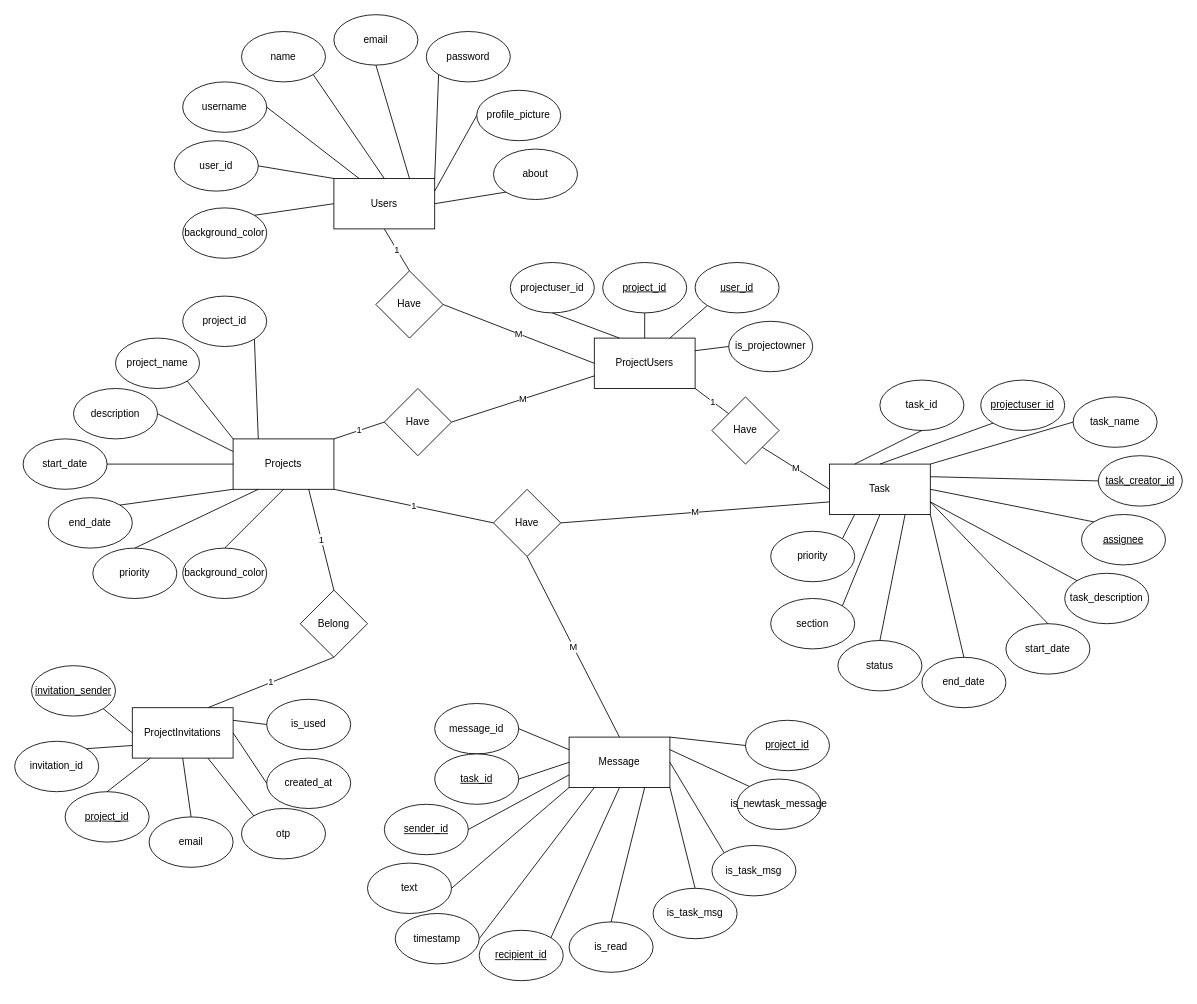
Before: resources/TEAMTRACK_chen_notation.drawio in pembattech/team-track, a draw.io diagram. Source tidied: cells renumbered, new cells numbered last; positions are measured from the earlier drawing's top-left corner, leaving out a move shared by most shapes. Both pictures are drawn from the tidied source at 84%, with x=0, y=0 at pixel (14, 14).
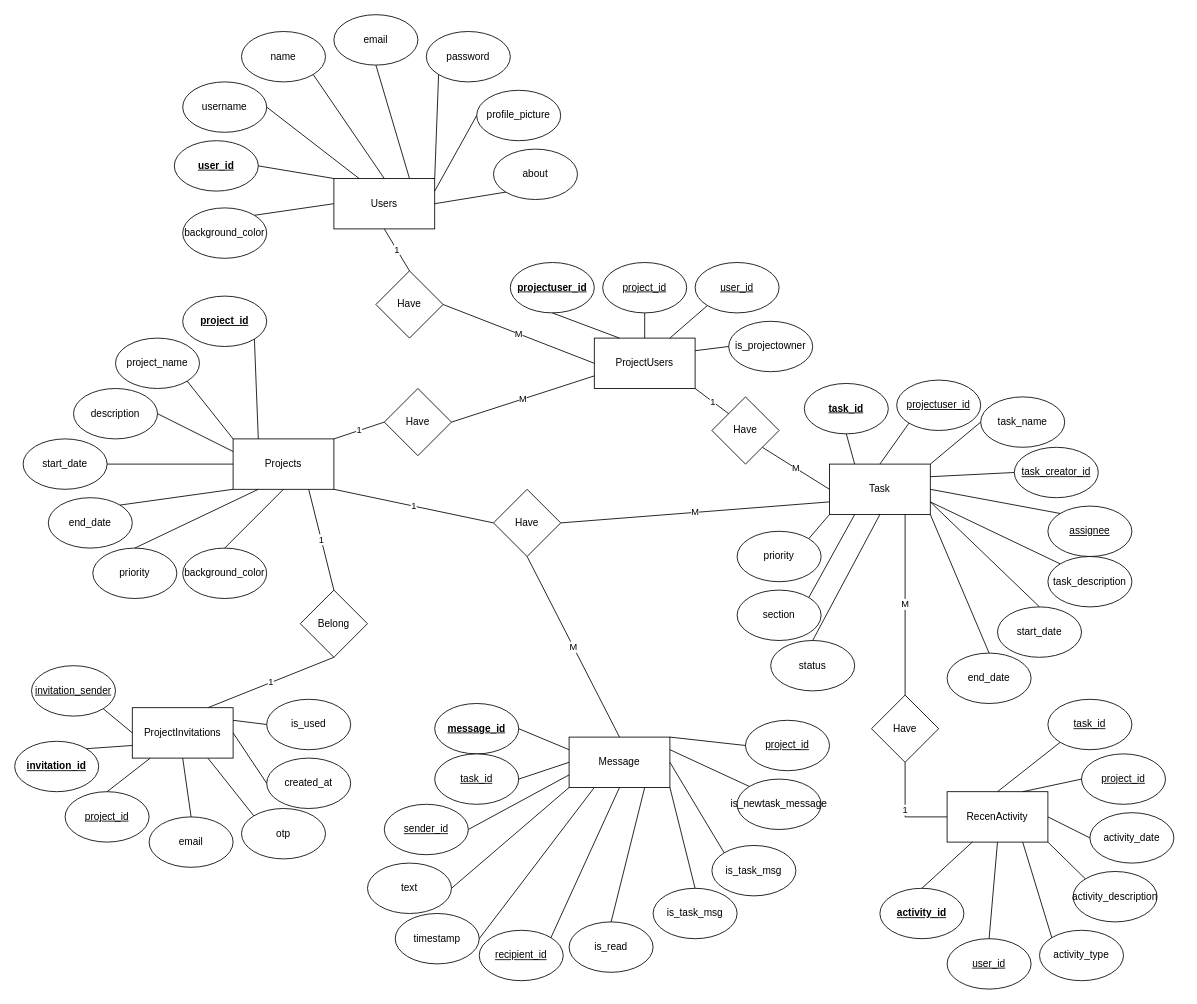
The same page after the edit.

The change refers to these unchanged cells:
```xml
<mxCell id="4" value="Task" style="rounded=0;whiteSpace=wrap;html=1;" parent="1" vertex="1">
  <mxGeometry x="970" y="535" width="120" height="60" as="geometry" />
</mxCell>
```

The edit, as a diff of the source:
```diff
@@
+    <mxCell id="120" value="1" style="edgeStyle=orthogonalEdgeStyle;rounded=0;jettySize=auto;html=1;startArrow=none;startFill=0;endArrow=none;endFill=0;entryX=0.5;entryY=1;entryDx=0;entryDy=0;" parent="1" edge="1" source="121" target="137">
+      <mxGeometry relative="1" as="geometry" />
+    </mxCell>
+    <mxCell id="121" value="RecenActivity" style="rounded=0;whiteSpace=wrap;html=1;" parent="1" vertex="1">
+      <mxGeometry x="1110" y="925" width="120" height="60" as="geometry" />
+    </mxCell>
-    <mxCell id="7" value="projectuser_id" style="ellipse;whiteSpace=wrap;html=1;" parent="1" vertex="1">
+    <mxCell id="7" value="projectuser_id" style="ellipse;whiteSpace=wrap;html=1;fontStyle=5;" parent="1" vertex="1">
       <mxGeometry x="590" y="295" width="100" height="60" as="geometry" />
     </mxCell>
@@
-    <mxCell id="11" value="task_id" style="ellipse;whiteSpace=wrap;html=1;" parent="1" vertex="1">
-      <mxGeometry x="1030" y="435" width="100" height="60" as="geometry" />
+    <mxCell id="11" value="task_id" style="ellipse;whiteSpace=wrap;html=1;fontStyle=5;" parent="1" vertex="1">
+      <mxGeometry x="940" y="439" width="100" height="60" as="geometry" />
     </mxCell>
     <mxCell id="12" value="projectuser_id" style="ellipse;whiteSpace=wrap;html=1;fontStyle=4;" parent="1" vertex="1">
-      <mxGeometry x="1150" y="435" width="100" height="60" as="geometry" />
+      <mxGeometry x="1050" y="435" width="100" height="60" as="geometry" />
     </mxCell>
     <mxCell id="13" value="task_creator_id" style="ellipse;whiteSpace=wrap;html=1;fontStyle=4;" parent="1" vertex="1">
-      <mxGeometry x="1290" y="525" width="100" height="60" as="geometry" />
+      <mxGeometry x="1190" y="515" width="100" height="60" as="geometry" />
     </mxCell>
     <mxCell id="14" value="task_name" style="ellipse;whiteSpace=wrap;html=1;" parent="1" vertex="1">
-      <mxGeometry x="1260" y="455" width="100" height="60" as="geometry" />
+      <mxGeometry x="1150" y="455" width="100" height="60" as="geometry" />
     </mxCell>
     <mxCell id="15" value="assignee" style="ellipse;whiteSpace=wrap;html=1;fontStyle=4;" parent="1" vertex="1">
-      <mxGeometry x="1270" y="595" width="100" height="60" as="geometry" />
+      <mxGeometry x="1230" y="585" width="100" height="60" as="geometry" />
     </mxCell>
     <mxCell id="16" value="task_description" style="ellipse;whiteSpace=wrap;html=1;" parent="1" vertex="1">
-      <mxGeometry x="1250" y="665" width="100" height="60" as="geometry" />
+      <mxGeometry x="1230" y="645" width="100" height="60" as="geometry" />
     </mxCell>
     <mxCell id="17" value="start_date" style="ellipse;whiteSpace=wrap;html=1;" parent="1" vertex="1">
-      <mxGeometry x="1180" y="725" width="100" height="60" as="geometry" />
+      <mxGeometry x="1170" y="705" width="100" height="60" as="geometry" />
     </mxCell>
     <mxCell id="18" value="end_date" style="ellipse;whiteSpace=wrap;html=1;" parent="1" vertex="1">
-      <mxGeometry x="1080" y="765" width="100" height="60" as="geometry" />
+      <mxGeometry x="1110" y="760" width="100" height="60" as="geometry" />
     </mxCell>
     <mxCell id="19" value="status" style="ellipse;whiteSpace=wrap;html=1;" parent="1" vertex="1">
-      <mxGeometry x="980" y="745" width="100" height="60" as="geometry" />
+      <mxGeometry x="900" y="745" width="100" height="60" as="geometry" />
     </mxCell>
     <mxCell id="20" value="section" style="ellipse;whiteSpace=wrap;html=1;" parent="1" vertex="1">
-      <mxGeometry x="900" y="695" width="100" height="60" as="geometry" />
+      <mxGeometry x="860" y="685" width="100" height="60" as="geometry" />
     </mxCell>
     <mxCell id="21" value="priority" style="ellipse;whiteSpace=wrap;html=1;" parent="1" vertex="1">
-      <mxGeometry x="900" y="615" width="100" height="60" as="geometry" />
+      <mxGeometry x="860" y="615" width="100" height="60" as="geometry" />
     </mxCell>
-    <mxCell id="22" value="project_id" style="ellipse;whiteSpace=wrap;html=1;" parent="1" vertex="1">
+    <mxCell id="22" value="project_id" style="ellipse;whiteSpace=wrap;html=1;fontStyle=5;" parent="1" vertex="1">
       <mxGeometry x="200" y="335" width="100" height="60" as="geometry" />
     </mxCell>
@@
-    <mxCell id="29" value="message_id" style="ellipse;whiteSpace=wrap;html=1;" parent="1" vertex="1">
+    <mxCell id="29" value="message_id" style="ellipse;whiteSpace=wrap;html=1;fontStyle=5;" parent="1" vertex="1">
       <mxGeometry x="500" y="820" width="100" height="60" as="geometry" />
     </mxCell>
@@
+    <mxCell id="122" value="activity_id" style="ellipse;whiteSpace=wrap;html=1;fontStyle=5;" parent="1" vertex="1">
+      <mxGeometry x="1030" y="1040" width="100" height="60" as="geometry" />
+    </mxCell>
+    <mxCell id="123" value="user_id" style="ellipse;whiteSpace=wrap;html=1;fontStyle=4;" parent="1" vertex="1">
+      <mxGeometry x="1110" y="1100" width="100" height="60" as="geometry" />
+    </mxCell>
+    <mxCell id="124" value="activity_type" style="ellipse;whiteSpace=wrap;html=1;" parent="1" vertex="1">
+      <mxGeometry x="1220" y="1090" width="100" height="60" as="geometry" />
+    </mxCell>
+    <mxCell id="125" value="activity_description" style="ellipse;whiteSpace=wrap;html=1;" parent="1" vertex="1">
+      <mxGeometry x="1260" y="1020" width="100" height="60" as="geometry" />
+    </mxCell>
+    <mxCell id="126" value="activity_date" style="ellipse;whiteSpace=wrap;html=1;" parent="1" vertex="1">
+      <mxGeometry x="1280" y="950" width="100" height="60" as="geometry" />
+    </mxCell>
+    <mxCell id="127" value="project_id" style="ellipse;whiteSpace=wrap;html=1;fontStyle=4;" parent="1" vertex="1">
+      <mxGeometry x="1270" y="880" width="100" height="60" as="geometry" />
+    </mxCell>
+    <mxCell id="128" value="task_id" style="ellipse;whiteSpace=wrap;html=1;fontStyle=4;" parent="1" vertex="1">
+      <mxGeometry x="1230" y="815" width="100" height="60" as="geometry" />
+    </mxCell>
@@
-    <mxCell id="40" value="user_id" style="ellipse;whiteSpace=wrap;html=1;" parent="1" vertex="1">
+    <mxCell id="40" value="user_id" style="ellipse;whiteSpace=wrap;html=1;fontStyle=5;" parent="1" vertex="1">
       <mxGeometry x="190" y="150" width="100" height="60" as="geometry" />
     </mxCell>
@@
+    <mxCell id="129" style="endArrow=none;html=1;rounded=0;exitX=0;exitY=1;exitDx=0;exitDy=0;entryX=0.5;entryY=0;entryDx=0;entryDy=0;" parent="1" edge="1" source="128" target="121">
+      <mxGeometry relative="1" as="geometry" />
+    </mxCell>
+    <mxCell id="130" style="endArrow=none;html=1;rounded=0;exitX=0;exitY=0.5;exitDx=0;exitDy=0;entryX=0.75;entryY=0;entryDx=0;entryDy=0;" parent="1" edge="1" source="127" target="121">
+      <mxGeometry relative="1" as="geometry" />
+    </mxCell>
+    <mxCell id="131" style="endArrow=none;html=1;rounded=0;exitX=0;exitY=0.5;exitDx=0;exitDy=0;entryX=1;entryY=0.5;entryDx=0;entryDy=0;" parent="1" edge="1" source="126" target="121">
+      <mxGeometry relative="1" as="geometry" />
+    </mxCell>
+    <mxCell id="132" style="endArrow=none;html=1;rounded=0;exitX=0;exitY=0;exitDx=0;exitDy=0;entryX=1;entryY=1;entryDx=0;entryDy=0;" parent="1" edge="1" source="125" target="121">
+      <mxGeometry relative="1" as="geometry" />
+    </mxCell>
+    <mxCell id="133" style="endArrow=none;html=1;rounded=0;exitX=0;exitY=0;exitDx=0;exitDy=0;entryX=0.75;entryY=1;entryDx=0;entryDy=0;" parent="1" edge="1" source="124" target="121">
+      <mxGeometry relative="1" as="geometry" />
+    </mxCell>
+    <mxCell id="134" style="endArrow=none;html=1;rounded=0;exitX=0.5;exitY=0;exitDx=0;exitDy=0;entryX=0.5;entryY=1;entryDx=0;entryDy=0;" parent="1" edge="1" source="123" target="121">
+      <mxGeometry relative="1" as="geometry" />
+    </mxCell>
+    <mxCell id="135" style="endArrow=none;html=1;rounded=0;exitX=0.5;exitY=0;exitDx=0;exitDy=0;entryX=0.25;entryY=1;entryDx=0;entryDy=0;" parent="1" edge="1" source="122" target="121">
+      <mxGeometry relative="1" as="geometry" />
+    </mxCell>
-    <mxCell id="69" style="endArrow=none;html=1;rounded=0;exitX=0.75;exitY=1;exitDx=0;exitDy=0;entryX=0.5;entryY=0;entryDx=0;entryDy=0;" parent="1" edge="1" source="4" target="19">
+    <mxCell id="69" style="endArrow=none;html=1;rounded=0;exitX=0.5;exitY=1;exitDx=0;exitDy=0;entryX=0.5;entryY=0;entryDx=0;entryDy=0;" parent="1" edge="1" source="4" target="19">
       <mxGeometry relative="1" as="geometry" />
     </mxCell>
-    <mxCell id="70" style="endArrow=none;html=1;rounded=0;exitX=0.5;exitY=1;exitDx=0;exitDy=0;entryX=1;entryY=0;entryDx=0;entryDy=0;" parent="1" edge="1" source="4" target="20">
+    <mxCell id="70" style="endArrow=none;html=1;rounded=0;exitX=0.25;exitY=1;exitDx=0;exitDy=0;entryX=1;entryY=0;entryDx=0;entryDy=0;" parent="1" edge="1" source="4" target="20">
       <mxGeometry relative="1" as="geometry" />
     </mxCell>
-    <mxCell id="71" style="endArrow=none;html=1;rounded=0;exitX=0.25;exitY=1;exitDx=0;exitDy=0;entryX=1;entryY=0;entryDx=0;entryDy=0;" parent="1" edge="1" source="4" target="21">
+    <mxCell id="71" style="endArrow=none;html=1;rounded=0;exitX=0;exitY=1;exitDx=0;exitDy=0;entryX=1;entryY=0;entryDx=0;entryDy=0;" parent="1" edge="1" source="4" target="21">
       <mxGeometry relative="1" as="geometry" />
     </mxCell>
@@
-    <mxCell id="107" value="invitation_id" style="ellipse;whiteSpace=wrap;html=1;" parent="1" vertex="1">
+    <mxCell id="107" value="invitation_id" style="ellipse;whiteSpace=wrap;html=1;fontStyle=5;" parent="1" vertex="1">
       <mxGeometry y="865" width="100" height="60" as="geometry" />
     </mxCell>
@@
+    <mxCell id="136" value="M" style="edgeStyle=orthogonalEdgeStyle;rounded=0;jettySize=auto;html=1;entryX=0.75;entryY=1;entryDx=0;entryDy=0;endArrow=none;endFill=0;" parent="1" edge="1" source="137" target="4">
+      <mxGeometry relative="1" as="geometry" />
+    </mxCell>
+    <mxCell id="137" value="Have" style="rhombus;whiteSpace=wrap;html=1;" parent="1" vertex="1">
+      <mxGeometry x="1020" y="810" width="80" height="80" as="geometry" />
+    </mxCell>
```
